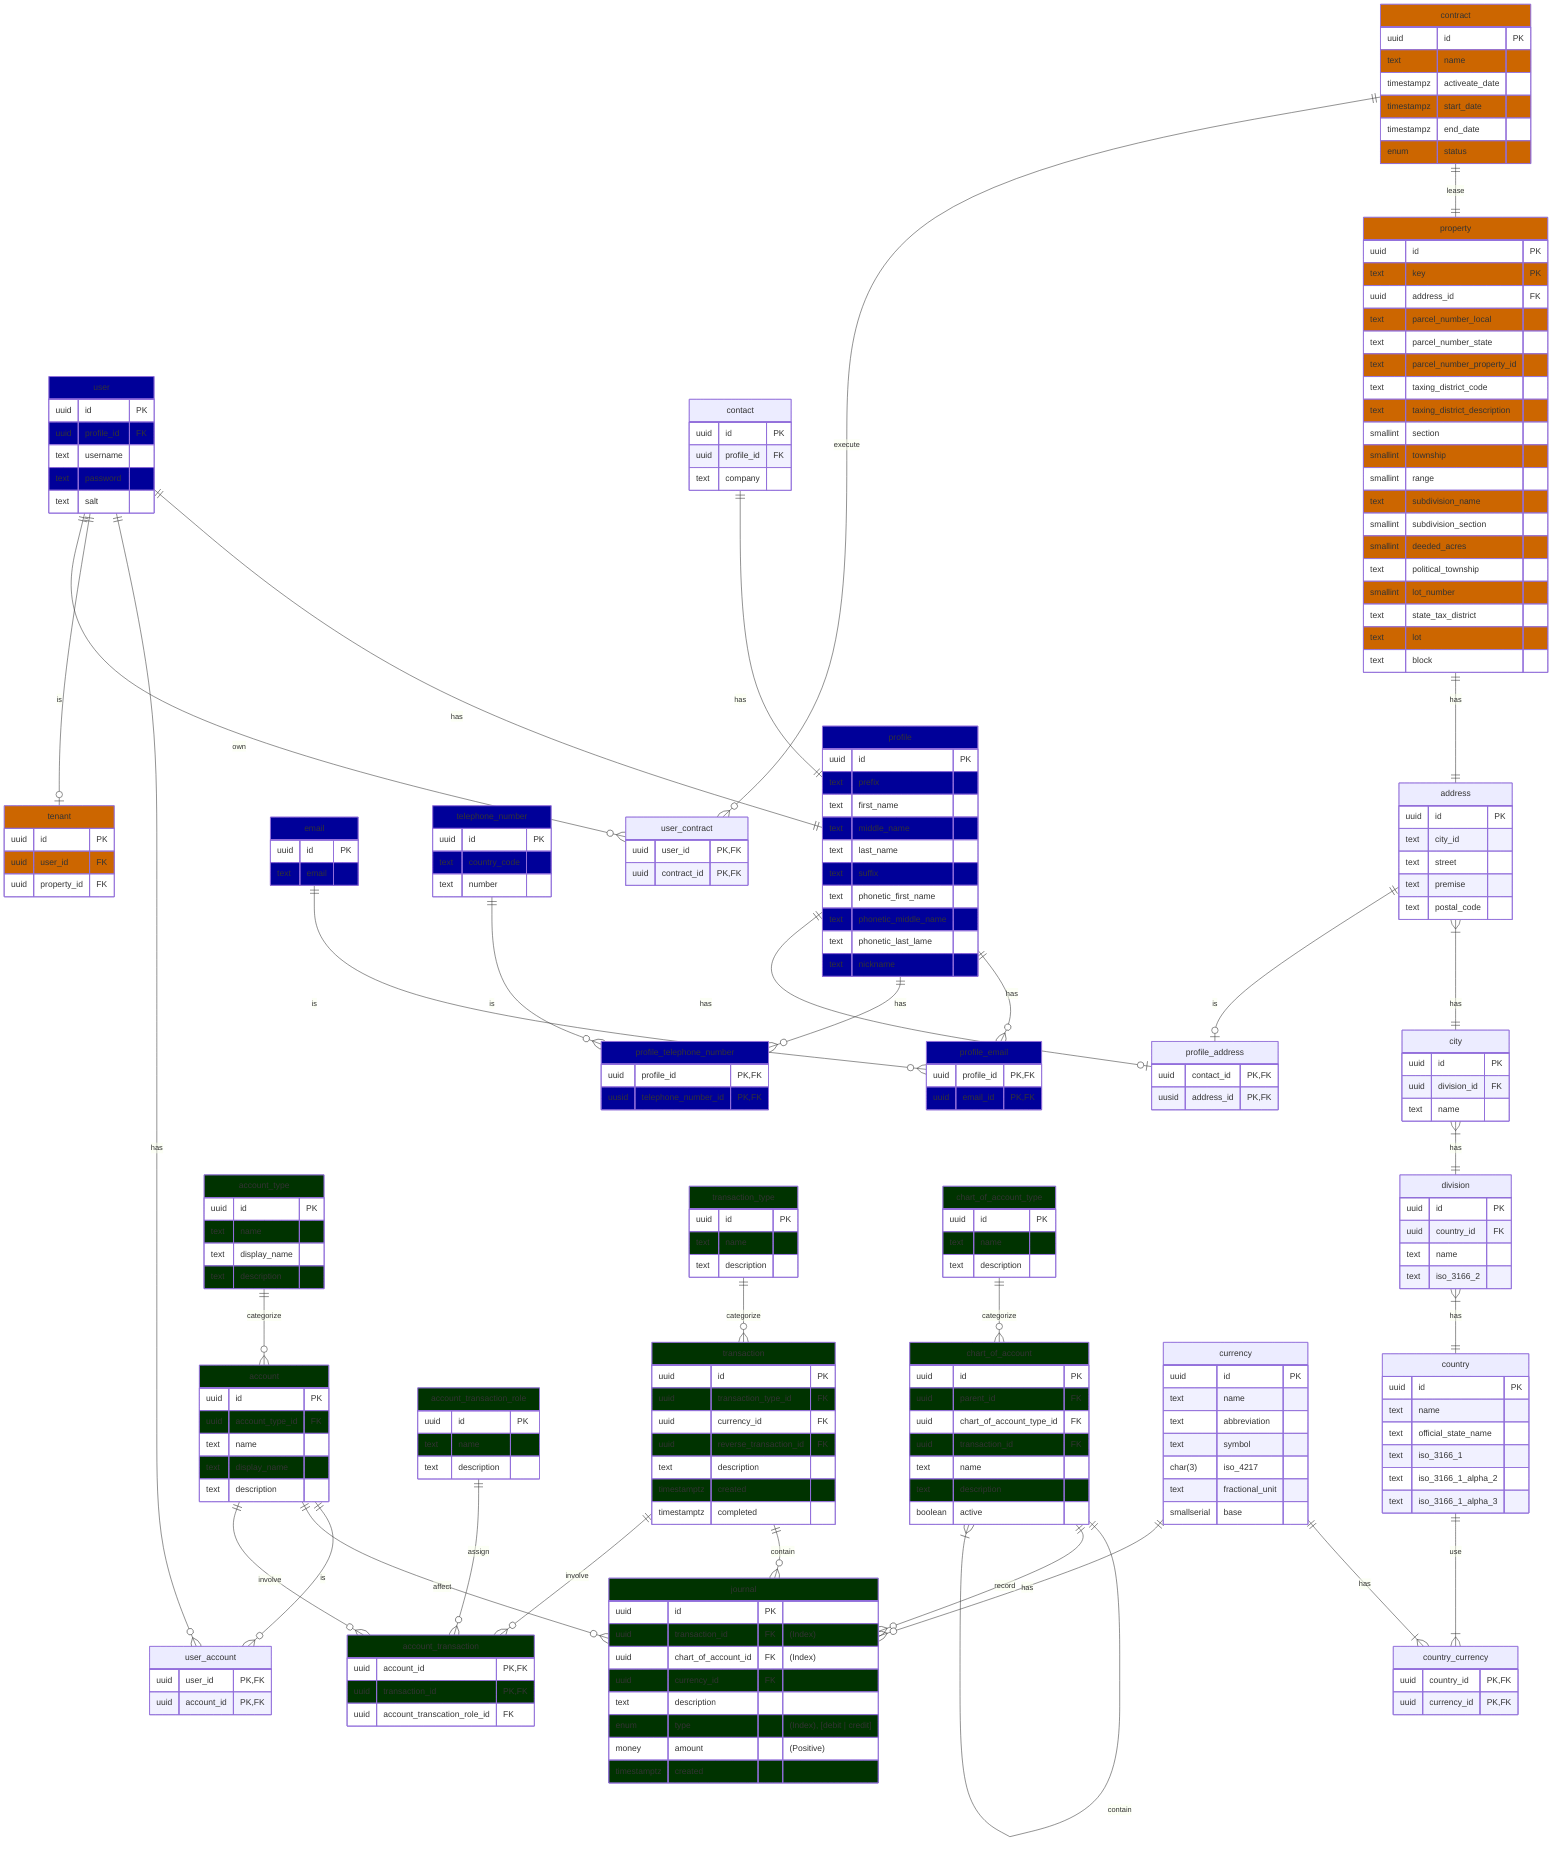
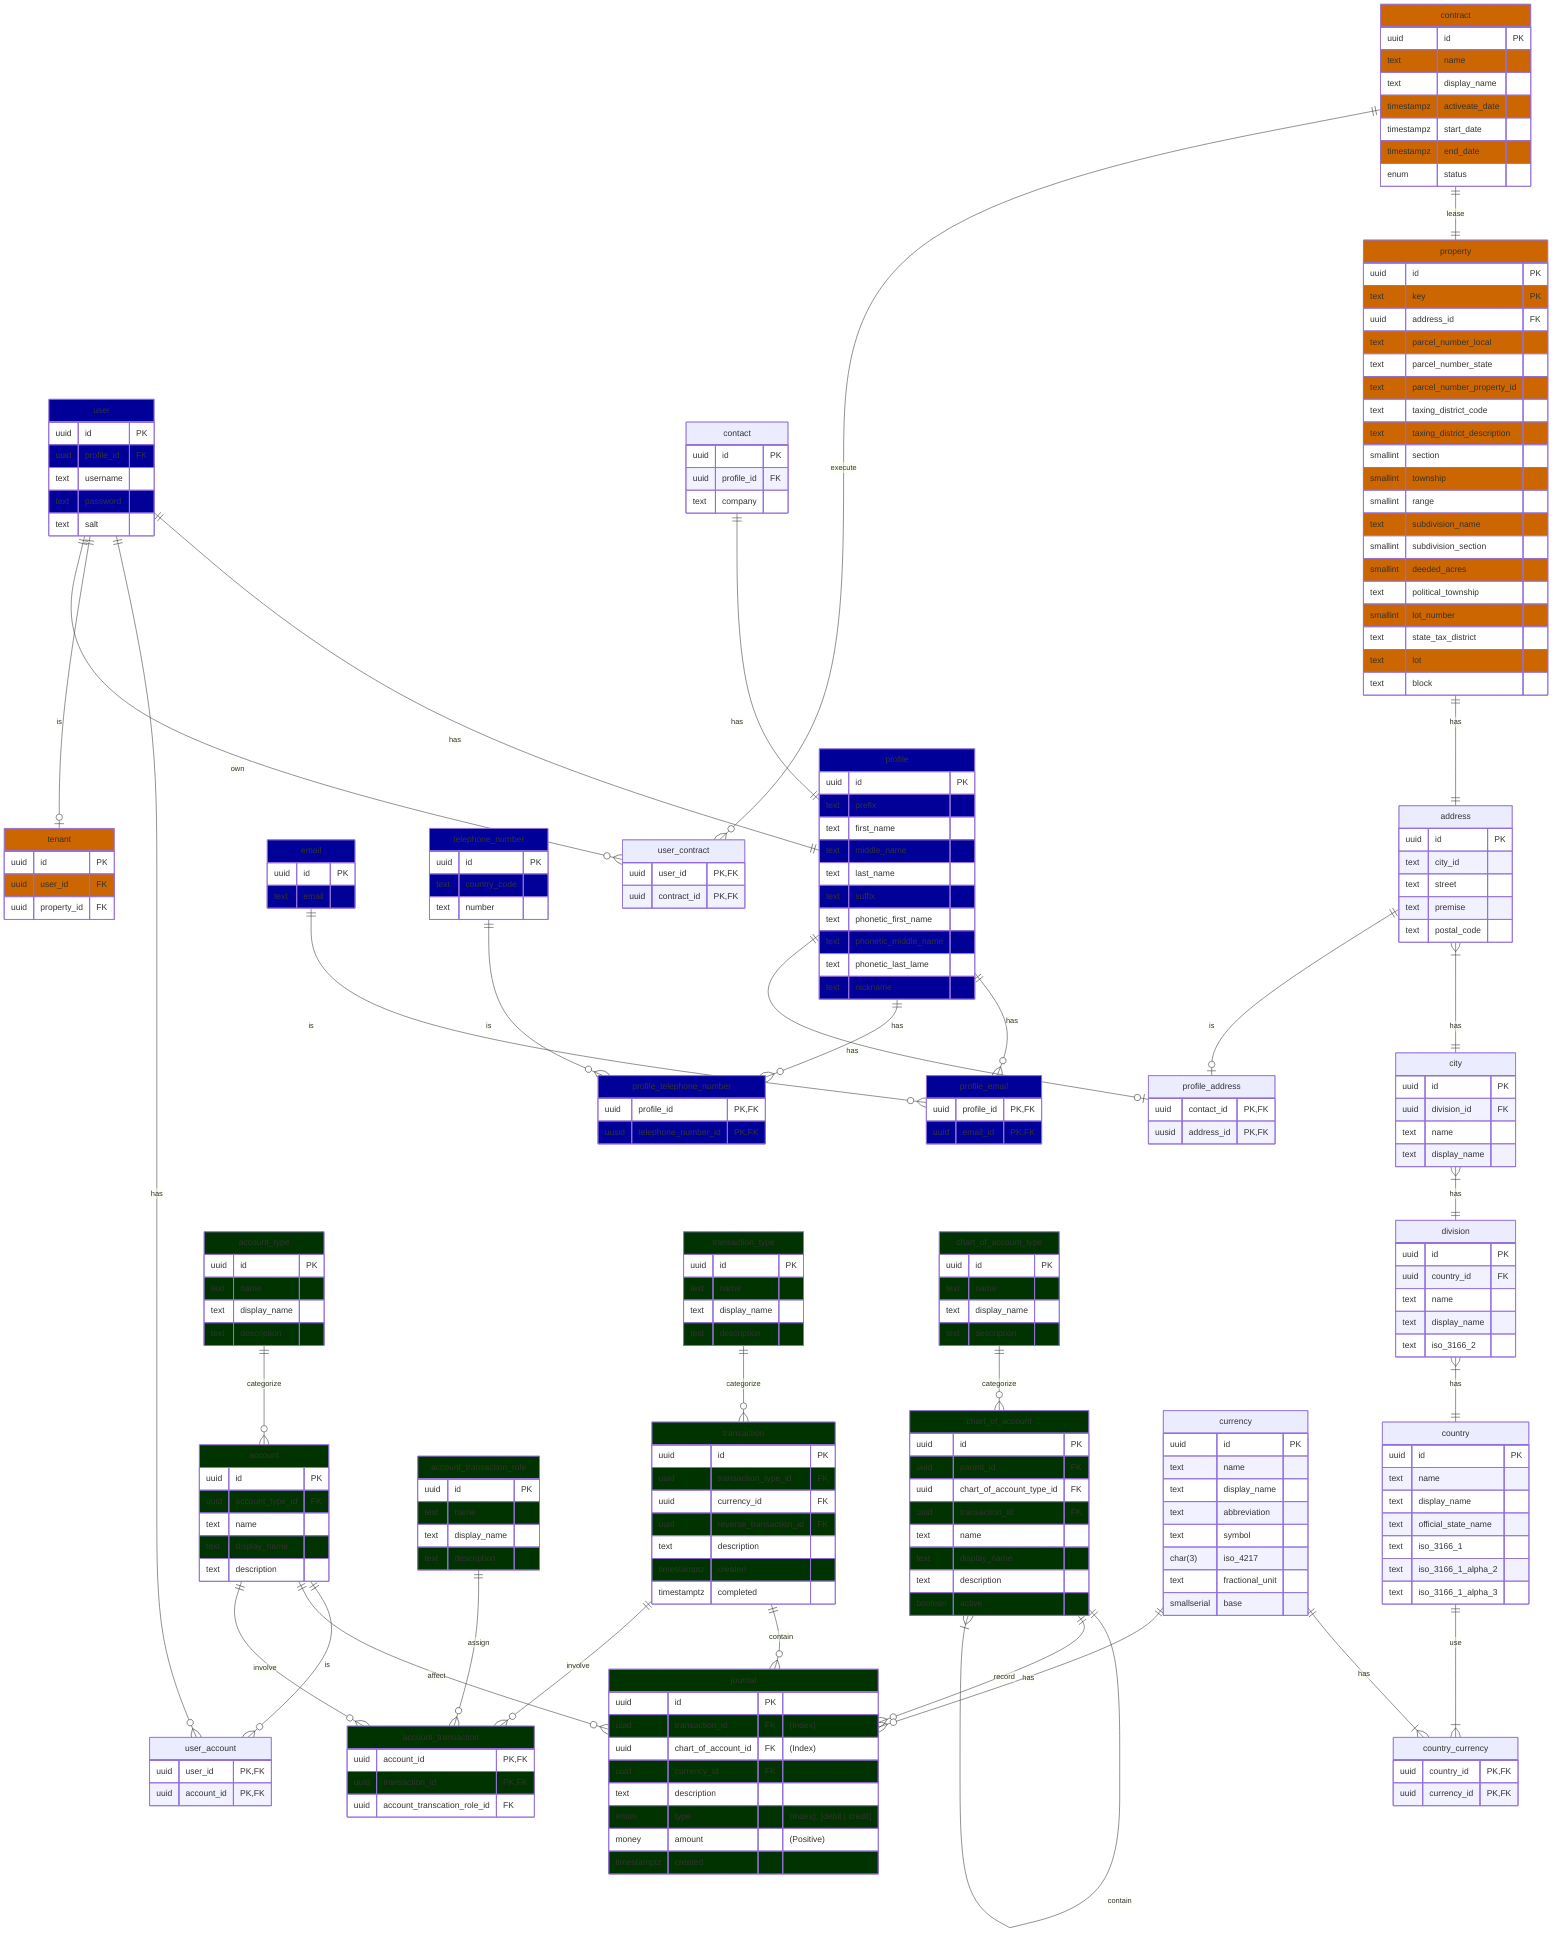
erDiagram

    %%%%%%%%%%%%%
    %% General %%
    %%%%%%%%%%%%%

    %% User
    %% The user of the system
    user ||--|| profile : has
    user ||--o{ user_account : has
    user ||--o| tenant : is
    user:::general {
        uuid id PK
        uuid profile_id FK
        text username
        text password
        text salt
    }

    %% User Account
    user_account {
        uuid user_id PK,FK
        uuid account_id PK,FK
    }

    %% Contact
    contact ||--|| profile : has
    contact {
        uuid id PK
        uuid profile_id FK
        text company
    }

    %% Profile
    profile:::general {
        uuid id PK
        text prefix
        text first_name
        text middle_name
        text last_name
        text suffix
        text phonetic_first_name
        text phonetic_middle_name
        text phonetic_last_lame
        text nickname
    }

    %% Email
    email:::general {
        uuid id PK
        text email
    }

    profile ||--o{ profile_email : has
    email ||--o{ profile_email : is
    profile_email:::general {
        uuid profile_id PK,FK
        uuid email_id PK,FK
    }

    %% Telephone Number
    telephone_number:::general {
        uuid id PK
        text country_code
        text number
    }

    profile ||--o{ profile_telephone_number : has
    telephone_number ||--o{ profile_telephone_number : is
    profile_telephone_number:::general {
        uuid profile_id PK,FK
        uusid telephone_number_id PK,FK
    }

    %% Address
    address }|--|| city : has
    address {
        uuid id PK
        text city_id
        text street
        text premise
        text postal_code
    }

    profile ||--o| profile_address : has
    address ||--o| profile_address : is
    profile_address {
        uuid contact_id PK,FK
        uusid address_id PK,FK
    }

    %% City
    city }|--|| division : has
    city {
        uuid id PK
        uuid division_id FK
        text name
+         text display_name
    }

    %% Division
    division }|--|| country : has
    division {
        uuid id PK
        uuid country_id FK
        text name
+         text display_name
        text iso_3166_2
    }

    %% Country
    country ||--|{ country_currency : use
    country {
        uuid id PK
        text name
+         text display_name
        text official_state_name
        text iso_3166_1
        text iso_3166_1_alpha_2
        text iso_3166_1_alpha_3
    }

    %%%%%%%%%%%%%%
    %% Property %%
    %%%%%%%%%%%%%%

    %% Tenant
    tenant:::property {
        uuid id PK
        uuid user_id FK
        uuid property_id FK
    }

    %% Contract
    contract ||--|| property : lease
    contract:::property {
        uuid id PK
        text name
+         text display_name
        timestampz activeate_date
        timestampz start_date
        timestampz end_date
        enum status
    }

    %% User Contract
    user ||--o{ user_contract : own
    contract ||--o{ user_contract : execute
    user_contract {
        uuid user_id PK,FK
        uuid contract_id PK,FK
    }

    %% Property
    property ||--|| address : has
    property:::property {
        uuid id PK
        text key PK
        uuid address_id FK
        text parcel_number_local
        text parcel_number_state
        text parcel_number_property_id
        text taxing_district_code
        text taxing_district_description
        smallint section
        smallint township
        smallint range
        text subdivision_name
        smallint subdivision_section
        smallint deeded_acres
        text political_township
        smallint lot_number
        text state_tax_district
        text lot
        text block
    }

    %%%%%%%%%%%%%
    %% Finance %%
    %%%%%%%%%%%%%

    %% Account
    account ||--o{ user_account : is
    account ||--o{ journal : affect
    account ||--o{ account_transaction : involve
    account:::finance {
        uuid id PK
        uuid account_type_id FK
        text name
        text display_name
        text description
    }

    account_type:::finance ||--o{ account : categorize
    account_type {
        uuid id PK
        text name
        text display_name
        text description
    }

    %% Account Transaction
    account_transaction:::finance {
        uuid account_id PK,FK
        uuid transaction_id PK,FK
        uuid account_transcation_role_id FK
    }

    %% Account Transaction Role
    account_transaction_role ||--o{ account_transaction : assign
    account_transaction_role:::finance {
        uuid id PK
        text name
+         text display_name
        text description
    }

    %% Transaction
    transaction ||--o{ journal : contain
    transaction ||--o{ account_transaction : involve
    transaction:::finance {
        uuid id PK
        uuid transaction_type_id FK
        uuid currency_id FK
        uuid reverse_transaction_id FK
        %% uuid source_account_id
        %% uuid destination_account_id
        text description
        timestamptz created
        timestamptz completed
        %% money original_cost
        %% money tax
        %% money adjustment
        %% money discount
        %% enum tax_expense
    }

    %% Transaction Type
    transaction_type ||--o{ transaction : categorize
    transaction_type:::finance {
        uuid id PK
        text name
+         text display_name
        text description
    }

    %% Chart of Account
    %% Asset, Liability, Equity, Revenue, Expense, Other
    chart_of_account ||--|{ chart_of_account : contain
    chart_of_account ||--o{ journal : record
    chart_of_account:::finance {
        uuid id PK
        uuid parent_id FK
        uuid chart_of_account_type_id FK
        uuid transaction_id FK
        text name
+         text display_name
        text description
        boolean active
    }

    %% Chart of Account Type
    chart_of_account_type ||--o{ chart_of_account : categorize
    chart_of_account_type:::finance {
        uuid id PK
        text name
+         text display_name
        text description
    }

    %% Journal
    %% Chronological listing of business events using accounting
    %% debit-and-credit language
    %% Ledger
    %% Copy of journal's events, sorted by category or account
    journal:::finance {
        uuid id PK
        uuid transaction_id FK "(Index)"
        uuid chart_of_account_id FK "(Index)"
        uuid currency_id FK
        text description
        enum type "(Index), [debit | credit]"
        money amount "(Positive)"
        timestamptz created
    }

    %% Currency
    currency ||--|{ country_currency : has
    currency ||--o{ journal : has
    currency {
        uuid id PK
        text name
+         text display_name
        text abbreviation
        text symbol
        char(3) iso_4217
        text fractional_unit
        smallserial base
    }

    country_currency {
        uuid country_id PK,FK
        uuid currency_id PK,FK
    }

    classDef general fill:#009
    classDef finance fill:#030
    classDef property fill:#c60
